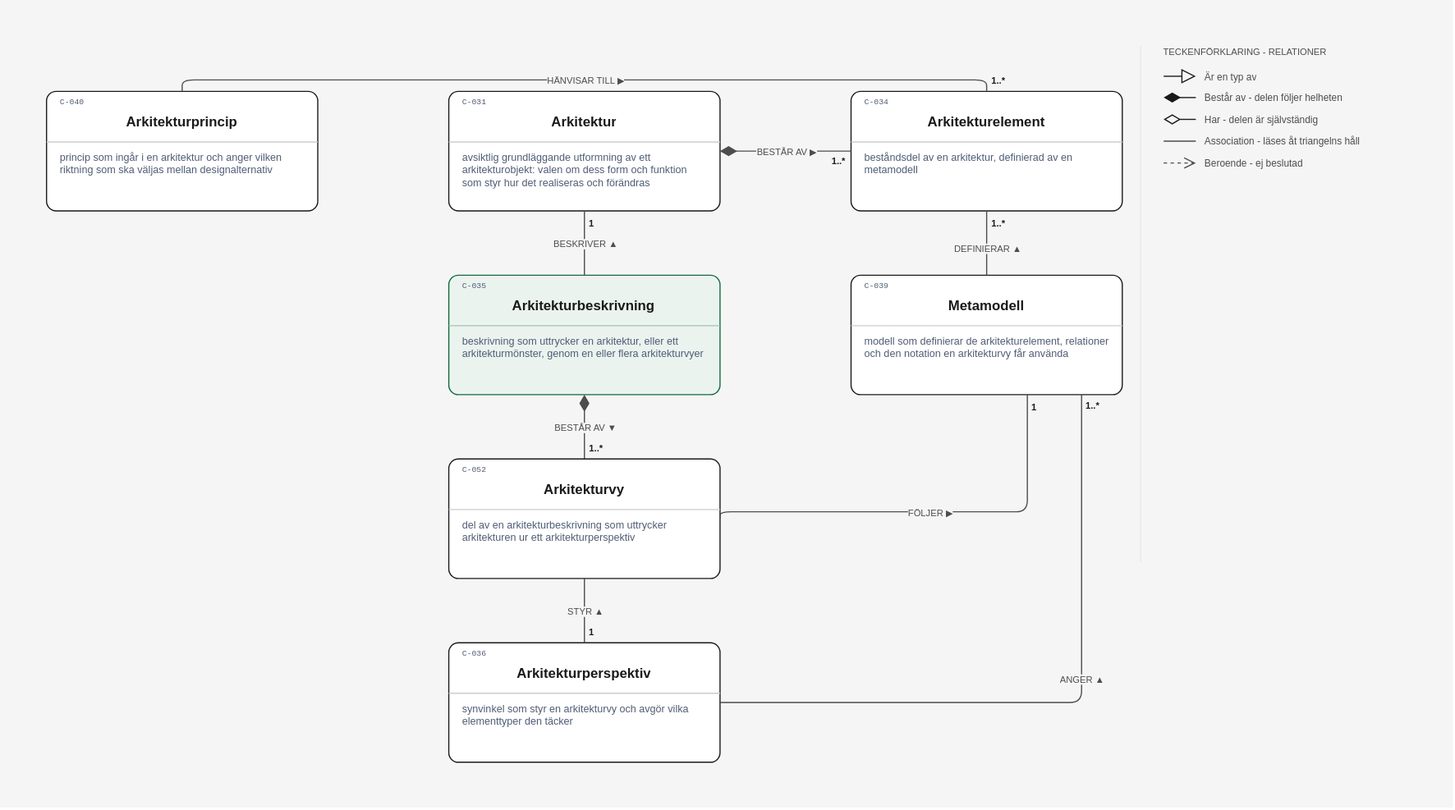
nickdin/gestaltadet-katalog keeps this draw.io diagram as layout/arkitektur-beskrivningens-form.drawio.svg. Above is the earlier version. Source tidied: cells renumbered, new cells last; positions are measured from the earlier drawing's top-left corner, leaving out a move shared by most shapes.
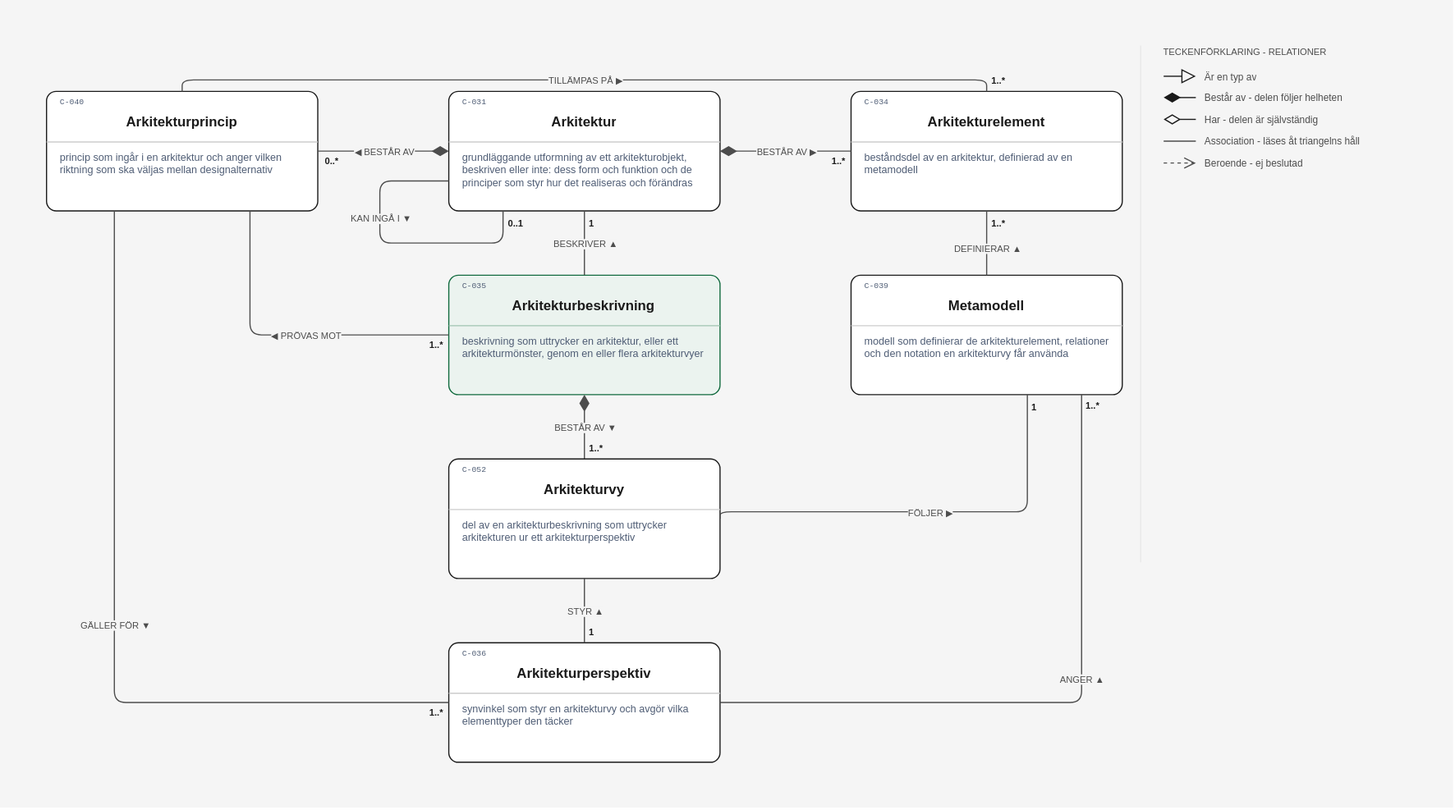
The same diagram one commit later.

Commit message:
Ritningen arkitektur-beskrivningens-form aktualiserad mot lagret: 1 pil ändrad (tillämpas på), 4 relationer tillagda, 0 lämnade för värdering

Arkitekturprincip (C-040) tillämpas på Arkitekturelement (C-034) får lagrets ord. Tillagda: Arkitektur (C-031) består av Arkitekturprincip (C-040), Arkitekturbeskrivning (C-035) prövas mot Arkitekturprincip (C-040), Arkitekturprincip (C-040) gäller för Arkitekturperspektiv (C-036) och Arkitektur (C-031) kan ingå i Arkitektur (C-031). Rutan Arkitektur (C-031) bär definitionen efter ADR 0037.

Stänger #86

Claude-Session: https://claude.ai/code/session_014hgawNBSmezrcKX8vMpay7

The edit, as a diff of the source:
```diff
@@ -44,7 +44,7 @@
     <mxCell id="13" value="C-031" style="text;html=1;strokeColor=none;fillColor=none;align=left;verticalAlign=middle;whiteSpace=wrap;overflow=hidden;fontFamily=Courier New;fontSize=7;fontColor=#4f5d75;spacing=0;" parent="9" vertex="1">
       <mxGeometry x="12" y="5" width="60" height="10" as="geometry" />
     </mxCell>
-    <mxCell id="14" value="avsiktlig grundläggande utformning av ett arkitekturobjekt: valen om dess form och funktion som styr hur det realiseras och förändras" style="text;html=1;strokeColor=none;fillColor=none;align=left;verticalAlign=top;whiteSpace=wrap;overflow=hidden;fontFamily=Helvetica;fontSize=9;fontColor=#4f5d75;spacing=0;spacingTop=0;" parent="9" vertex="1">
+    <mxCell id="14" value="grundläggande utformning av ett arkitekturobjekt, beskriven eller inte: dess form och funktion och de principer som styr hur det realiseras och förändras" style="text;html=1;strokeColor=none;fillColor=none;align=left;verticalAlign=top;whiteSpace=wrap;overflow=hidden;fontFamily=Helvetica;fontSize=9;fontColor=#4f5d75;spacing=0;spacingTop=0;" parent="9" vertex="1">
       <mxGeometry x="12" y="48" width="212" height="48" as="geometry" />
     </mxCell>
     <mxCell id="15" style="group;" parent="1" vertex="1">
@@ -193,7 +193,7 @@
         <mxPoint x="9.2" y="-10" as="offset" />
       </mxGeometry>
     </mxCell>
-    <mxCell id="53" value="HÄNVISAR TILL ▶" style="edgeLabel;html=1;align=center;verticalAlign=middle;fontFamily=Helvetica;fontSize=8;fontColor=#4d4d4d;fontStyle=0;labelBackgroundColor=#f5f5f5;" parent="51" vertex="1">
+    <mxCell id="53" value="TILLÄMPAS PÅ ▶" style="edgeLabel;html=1;align=center;verticalAlign=middle;fontFamily=Helvetica;fontSize=8;fontColor=#4d4d4d;fontStyle=0;labelBackgroundColor=#f5f5f5;" parent="51" vertex="1">
       <mxGeometry relative="1" as="geometry" />
     </mxCell>
     <mxCell id="54" style="edgeStyle=orthogonalEdgeStyle;rounded=1;html=1;strokeColor=#4d4d4d;strokeWidth=1;startArrow=diamondThin;startFill=1;startSize=12;endArrow=none;exitX=1.0;exitY=0.5;exitDx=0;exitDy=0;entryX=0.0;entryY=0.5;entryDx=0;entryDy=0;jumpStyle=line;" parent="1" edge="1" source="10" target="16">
@@ -298,5 +298,62 @@
     <mxCell id="80" value="STYR ▲" style="edgeLabel;html=1;align=center;verticalAlign=middle;fontFamily=Helvetica;fontSize=8;fontColor=#4d4d4d;fontStyle=0;labelBackgroundColor=#f5f5f5;" parent="78" vertex="1">
       <mxGeometry relative="1" as="geometry" />
     </mxCell>
+    <mxCell id="81" style="edgeStyle=orthogonalEdgeStyle;rounded=1;html=1;strokeColor=#4d4d4d;strokeWidth=1;startArrow=diamondThin;startFill=1;startSize=12;endArrow=none;exitX=0.0;exitY=0.5;exitDx=0;exitDy=0;entryX=1.0;entryY=0.5;entryDx=0;entryDy=0;jumpStyle=line;" parent="1" edge="1" source="10" target="4">
+      <mxGeometry relative="1" as="geometry" />
+    </mxCell>
+    <mxCell id="82" value="0..*" style="edgeLabel;html=1;align=center;verticalAlign=middle;fontFamily=Helvetica;fontSize=8;fontColor=#1a1a1a;fontStyle=1;labelBackgroundColor=#f5f5f5;" parent="81" vertex="1">
+      <mxGeometry x="1" relative="1" as="geometry">
+        <mxPoint x="11.2" y="8" as="offset" />
+      </mxGeometry>
+    </mxCell>
+    <mxCell id="83" value="◀ BESTÅR AV" style="edgeLabel;html=1;align=center;verticalAlign=middle;fontFamily=Helvetica;fontSize=8;fontColor=#4d4d4d;fontStyle=0;labelBackgroundColor=#f5f5f5;" parent="81" vertex="1">
+      <mxGeometry relative="1" as="geometry" />
+    </mxCell>
+    <mxCell id="84" style="edgeStyle=orthogonalEdgeStyle;rounded=1;html=1;strokeColor=#4d4d4d;strokeWidth=1;endArrow=none;endSize=8;exitX=0.0;exitY=0.5;exitDx=0;exitDy=0;entryX=0.75;entryY=1.0;entryDx=0;entryDy=0;jumpStyle=line;" parent="1" edge="1" source="22" target="4">
+      <mxGeometry relative="1" as="geometry">
+        <Array as="points">
+          <mxPoint x="217" y="292" />
+        </Array>
+      </mxGeometry>
+    </mxCell>
+    <mxCell id="85" value="1..*" style="edgeLabel;html=1;align=center;verticalAlign=middle;fontFamily=Helvetica;fontSize=8;fontColor=#1a1a1a;fontStyle=1;labelBackgroundColor=#f5f5f5;" parent="84" vertex="1">
+      <mxGeometry x="-1" relative="1" as="geometry">
+        <mxPoint x="-11.2" y="8" as="offset" />
+      </mxGeometry>
+    </mxCell>
+    <mxCell id="86" value="◀ PRÖVAS MOT" style="edgeLabel;html=1;align=center;verticalAlign=middle;fontFamily=Helvetica;fontSize=8;fontColor=#4d4d4d;fontStyle=0;labelBackgroundColor=#f5f5f5;" parent="84" vertex="1">
+      <mxGeometry x="-0.11" relative="1" as="geometry" />
+    </mxCell>
+    <mxCell id="87" style="edgeStyle=orthogonalEdgeStyle;rounded=1;html=1;strokeColor=#4d4d4d;strokeWidth=1;endArrow=none;endSize=8;exitX=0.25;exitY=1.0;exitDx=0;exitDy=0;entryX=0.0;entryY=0.5;entryDx=0;entryDy=0;jumpStyle=line;" parent="1" edge="1" source="4" target="34">
+      <mxGeometry relative="1" as="geometry">
+        <Array as="points">
+          <mxPoint x="99" y="612" />
+        </Array>
+      </mxGeometry>
+    </mxCell>
+    <mxCell id="88" value="1..*" style="edgeLabel;html=1;align=center;verticalAlign=middle;fontFamily=Helvetica;fontSize=8;fontColor=#1a1a1a;fontStyle=1;labelBackgroundColor=#f5f5f5;" parent="87" vertex="1">
+      <mxGeometry x="1" relative="1" as="geometry">
+        <mxPoint x="-11.2" y="8" as="offset" />
+      </mxGeometry>
+    </mxCell>
+    <mxCell id="89" value="GÄLLER FÖR ▼" style="edgeLabel;html=1;align=center;verticalAlign=middle;fontFamily=Helvetica;fontSize=8;fontColor=#4d4d4d;fontStyle=0;labelBackgroundColor=#f5f5f5;" parent="87" vertex="1">
+      <mxGeometry relative="1" as="geometry" />
+    </mxCell>
+    <mxCell id="90" style="edgeStyle=orthogonalEdgeStyle;rounded=1;html=1;strokeColor=#4d4d4d;strokeWidth=1;endArrow=none;endSize=8;exitX=0.0;exitY=0.75;exitDx=0;exitDy=0;entryX=0.2;entryY=1.0;entryDx=0;entryDy=0;jumpStyle=line;" parent="1" edge="1" source="10" target="10">
+      <mxGeometry relative="1" as="geometry">
+        <Array as="points">
+          <mxPoint x="330" y="158" />
+          <mxPoint x="330" y="212" />
+        </Array>
+      </mxGeometry>
+    </mxCell>
+    <mxCell id="91" value="0..1" style="edgeLabel;html=1;align=center;verticalAlign=middle;fontFamily=Helvetica;fontSize=8;fontColor=#1a1a1a;fontStyle=1;labelBackgroundColor=#f5f5f5;" parent="90" vertex="1">
+      <mxGeometry x="1" relative="1" as="geometry">
+        <mxPoint x="9.9" y="10" as="offset" />
+      </mxGeometry>
+    </mxCell>
+    <mxCell id="92" value="KAN INGÅ I ▼" style="edgeLabel;html=1;align=center;verticalAlign=middle;fontFamily=Helvetica;fontSize=8;fontColor=#4d4d4d;fontStyle=0;labelBackgroundColor=#f5f5f5;" parent="90" vertex="1">
+      <mxGeometry x="-0.26" relative="1" as="geometry" />
+    </mxCell>
   </root>
 </mxGraphModel>
```
